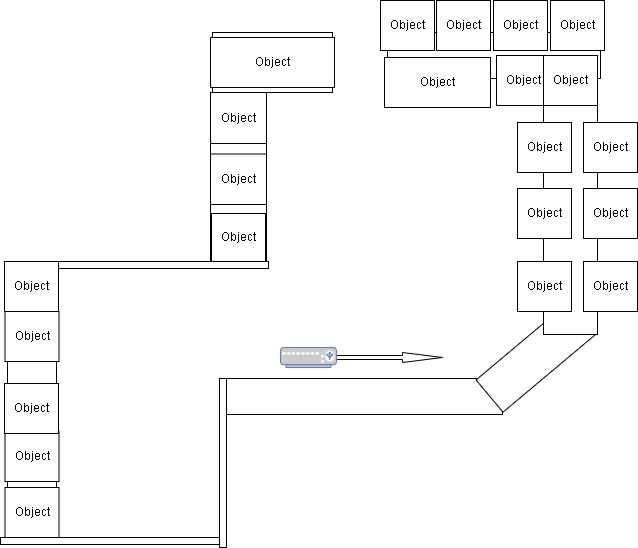
The draw.io diagram Topologi-pasran-new.drawio.png in Dhaffnavyz/draw.io, before a commit. Source tidied: cells renumbered, new cells last; positions are measured from the earlier drawing's top-left corner, leaving out a move shared by most shapes. Its diagram source:
```xml
<mxGraphModel>
  <root>
    <mxCell id="0" />
    <mxCell id="1" parent="0" />
    <mxCell id="2" style="rounded=0;whiteSpace=wrap;html=1;fontSize=16;" parent="1" vertex="1">
      <mxGeometry x="226" y="378" width="276" height="36" as="geometry" />
    </mxCell>
    <mxCell id="3" style="rounded=0;whiteSpace=wrap;html=1;fontSize=16;rotation=-40;" parent="1" vertex="1">
      <mxGeometry x="475" y="336" width="120" height="42" as="geometry" />
    </mxCell>
    <mxCell id="4" style="rounded=0;whiteSpace=wrap;html=1;fontSize=16;rotation=-90;" parent="1" vertex="1">
      <mxGeometry x="438" y="175" width="264" height="54" as="geometry" />
    </mxCell>
    <mxCell id="5" style="rounded=0;whiteSpace=wrap;html=1;fontSize=16;" parent="1" vertex="1">
      <mxGeometry x="387" y="32" width="213" height="46" as="geometry" />
    </mxCell>
    <mxCell id="6" style="rounded=0;whiteSpace=wrap;html=1;fontSize=16;" parent="1" vertex="1">
      <mxGeometry x="212" y="32" width="120" height="60" as="geometry" />
    </mxCell>
    <mxCell id="7" style="rounded=0;whiteSpace=wrap;html=1;fontSize=16;" parent="1" vertex="1">
      <mxGeometry x="210" y="92" width="56" height="169" as="geometry" />
    </mxCell>
    <mxCell id="8" style="rounded=0;whiteSpace=wrap;html=1;fontSize=16;" parent="1" vertex="1">
      <mxGeometry x="7" y="261" width="49" height="226" as="geometry" />
    </mxCell>
    <mxCell id="9" style="rounded=0;whiteSpace=wrap;html=1;fontSize=16;" parent="1" vertex="1">
      <mxGeometry x="56" y="261" width="212" height="7" as="geometry" />
    </mxCell>
    <mxCell id="10" style="rounded=0;whiteSpace=wrap;html=1;fontSize=16;" parent="1" vertex="1">
      <mxGeometry y="537" width="226" height="7" as="geometry" />
    </mxCell>
    <mxCell id="11" style="rounded=0;whiteSpace=wrap;html=1;fontSize=16;" parent="1" vertex="1">
      <mxGeometry x="219" y="378" width="7" height="169" as="geometry" />
    </mxCell>
    <mxCell id="12" style="html=1;shadow=0;dashed=0;align=center;verticalAlign=middle;shape=mxgraph.arrows2.arrow;dy=0.6;dx=40;notch=0;fontSize=16;" parent="1" vertex="1">
      <mxGeometry x="293" y="352" width="149" height="10" as="geometry" />
    </mxCell>
    <mxCell id="13" style="fontColor=#0066CC;verticalAlign=top;verticalLabelPosition=bottom;labelPosition=center;align=center;html=1;outlineConnect=0;fillColor=#CCCCCC;strokeColor=#6881B3;gradientColor=none;gradientDirection=north;strokeWidth=2;shape=mxgraph.networks.load_balancer;fontSize=16;" parent="1" vertex="1">
      <mxGeometry x="280" y="347" width="56" height="20" as="geometry" />
    </mxCell>
    <mxCell id="14" value="Object" style="html=1;whiteSpace=wrap;" parent="1" vertex="1">
      <mxGeometry x="210" y="92" width="56" height="51" as="geometry" />
    </mxCell>
    <mxCell id="15" value="Object" style="html=1;whiteSpace=wrap;" parent="1" vertex="1">
      <mxGeometry x="210" y="153.5" width="56" height="50.5" as="geometry" />
    </mxCell>
    <mxCell id="16" value="Object" style="html=1;whiteSpace=wrap;" parent="1" vertex="1">
      <mxGeometry x="211" y="213" width="54" height="48" as="geometry" />
    </mxCell>
    <mxCell id="17" value="Object" style="html=1;whiteSpace=wrap;" parent="1" vertex="1">
      <mxGeometry x="4" y="261" width="54" height="50" as="geometry" />
    </mxCell>
    <mxCell id="18" value="Object" style="html=1;whiteSpace=wrap;" parent="1" vertex="1">
      <mxGeometry x="4.5" y="311" width="54" height="50" as="geometry" />
    </mxCell>
    <mxCell id="19" value="Object" style="html=1;whiteSpace=wrap;" parent="1" vertex="1">
      <mxGeometry x="4.5" y="431" width="54" height="50" as="geometry" />
    </mxCell>
    <mxCell id="20" value="Object" style="html=1;whiteSpace=wrap;" parent="1" vertex="1">
      <mxGeometry x="4" y="383" width="54" height="50" as="geometry" />
    </mxCell>
    <mxCell id="21" value="Object" style="html=1;whiteSpace=wrap;" parent="1" vertex="1">
      <mxGeometry x="4.5" y="487" width="54" height="50" as="geometry" />
    </mxCell>
    <mxCell id="22" value="Object" style="html=1;whiteSpace=wrap;" parent="1" vertex="1">
      <mxGeometry x="210" y="37" width="124" height="50" as="geometry" />
    </mxCell>
    <mxCell id="23" value="Object" style="html=1;whiteSpace=wrap;" parent="1" vertex="1">
      <mxGeometry x="384" y="57" width="106" height="50" as="geometry" />
    </mxCell>
    <mxCell id="24" value="Object" style="html=1;whiteSpace=wrap;" parent="1" vertex="1">
      <mxGeometry x="496" y="55" width="54" height="50" as="geometry" />
    </mxCell>
    <mxCell id="25" value="Object" style="html=1;whiteSpace=wrap;" parent="1" vertex="1">
      <mxGeometry x="543" y="55" width="54" height="50" as="geometry" />
    </mxCell>
    <mxCell id="26" value="Object" style="html=1;whiteSpace=wrap;" parent="1" vertex="1">
      <mxGeometry x="517" y="122" width="54" height="50" as="geometry" />
    </mxCell>
    <mxCell id="27" value="Object" style="html=1;whiteSpace=wrap;" parent="1" vertex="1">
      <mxGeometry x="517" y="188" width="54" height="50" as="geometry" />
    </mxCell>
    <mxCell id="28" value="Object" style="html=1;whiteSpace=wrap;" parent="1" vertex="1">
      <mxGeometry x="517" y="261" width="54" height="50" as="geometry" />
    </mxCell>
    <mxCell id="29" value="Object" style="html=1;whiteSpace=wrap;" parent="1" vertex="1">
      <mxGeometry x="583" y="122" width="54" height="50" as="geometry" />
    </mxCell>
    <mxCell id="30" value="Object" style="html=1;whiteSpace=wrap;" parent="1" vertex="1">
      <mxGeometry x="583" y="188" width="54" height="50" as="geometry" />
    </mxCell>
    <mxCell id="31" value="Object" style="html=1;whiteSpace=wrap;" parent="1" vertex="1">
      <mxGeometry x="583" y="261" width="54" height="50" as="geometry" />
    </mxCell>
    <mxCell id="32" value="Object" style="html=1;whiteSpace=wrap;" parent="1" vertex="1">
      <mxGeometry x="436" width="54" height="50" as="geometry" />
    </mxCell>
    <mxCell id="33" value="Object" style="html=1;whiteSpace=wrap;" parent="1" vertex="1">
      <mxGeometry x="493" width="54" height="50" as="geometry" />
    </mxCell>
    <mxCell id="34" value="Object" style="html=1;whiteSpace=wrap;" parent="1" vertex="1">
      <mxGeometry x="550" width="54" height="50" as="geometry" />
    </mxCell>
    <mxCell id="35" value="Object" style="html=1;whiteSpace=wrap;" parent="1" vertex="1">
      <mxGeometry x="380" width="54" height="50" as="geometry" />
    </mxCell>
  </root>
</mxGraphModel>
```
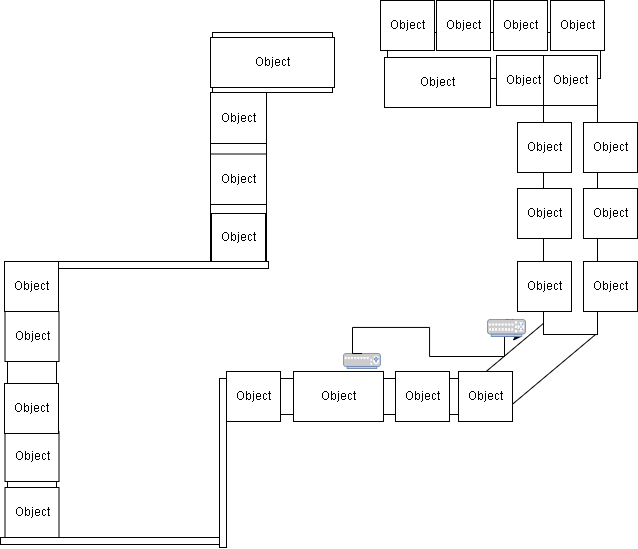
After the change.

The edit, as a diff of the source:
```diff
@@ -32,11 +32,13 @@
     <mxCell id="11" style="rounded=0;whiteSpace=wrap;html=1;fontSize=16;" parent="1" vertex="1">
       <mxGeometry x="219" y="378" width="7" height="169" as="geometry" />
     </mxCell>
-    <mxCell id="12" style="html=1;shadow=0;dashed=0;align=center;verticalAlign=middle;shape=mxgraph.arrows2.arrow;dy=0.6;dx=40;notch=0;fontSize=16;" parent="1" vertex="1">
-      <mxGeometry x="293" y="352" width="149" height="10" as="geometry" />
-    </mxCell>
+    <mxCell id="36" style="edgeStyle=orthogonalEdgeStyle;rounded=0;jettySize=auto;html=1;exitX=0.5;exitY=0;exitDx=0;exitDy=0;exitPerimeter=0;" parent="1" edge="1" source="42">
+      <mxGeometry relative="1" as="geometry">
+        <mxPoint x="509.1" y="326.9" as="targetPoint" />
+      </mxGeometry>
+    </mxCell>
     <mxCell id="13" style="fontColor=#0066CC;verticalAlign=top;verticalLabelPosition=bottom;labelPosition=center;align=center;html=1;outlineConnect=0;fillColor=#CCCCCC;strokeColor=#6881B3;gradientColor=none;gradientDirection=north;strokeWidth=2;shape=mxgraph.networks.load_balancer;fontSize=16;" parent="1" vertex="1">
-      <mxGeometry x="280" y="347" width="56" height="20" as="geometry" />
+      <mxGeometry x="343" y="353" width="37" height="15" as="geometry" />
     </mxCell>
     <mxCell id="14" value="Object" style="html=1;whiteSpace=wrap;" parent="1" vertex="1">
       <mxGeometry x="210" y="92" width="56" height="51" as="geometry" />
@@ -104,5 +106,31 @@
     <mxCell id="35" value="Object" style="html=1;whiteSpace=wrap;" parent="1" vertex="1">
       <mxGeometry x="380" width="54" height="50" as="geometry" />
     </mxCell>
+    <mxCell id="37" value="Object" style="html=1;whiteSpace=wrap;" parent="1" vertex="1">
+      <mxGeometry x="226" y="371" width="54" height="50" as="geometry" />
+    </mxCell>
+    <mxCell id="38" value="Object" style="html=1;whiteSpace=wrap;" parent="1" vertex="1">
+      <mxGeometry x="293" y="371" width="90" height="50" as="geometry" />
+    </mxCell>
+    <mxCell id="39" value="Object" style="html=1;whiteSpace=wrap;" parent="1" vertex="1">
+      <mxGeometry x="395" y="371" width="54" height="50" as="geometry" />
+    </mxCell>
+    <mxCell id="40" value="Object" style="html=1;whiteSpace=wrap;" parent="1" vertex="1">
+      <mxGeometry x="458" y="371" width="54" height="50" as="geometry" />
+    </mxCell>
+    <mxCell id="41" style="edgeStyle=orthogonalEdgeStyle;rounded=0;jettySize=auto;html=1;exitX=0.5;exitY=0;exitDx=0;exitDy=0;exitPerimeter=0;entryX=0.9;entryY=1;entryDx=0;entryDy=0;entryPerimeter=0;" parent="1" edge="1" source="13" target="42">
+      <mxGeometry relative="1" as="geometry">
+        <Array as="points">
+          <mxPoint x="352" y="327" />
+          <mxPoint x="429" y="327" />
+          <mxPoint x="429" y="356" />
+          <mxPoint x="504" y="356" />
+          <mxPoint x="504" y="336" />
+        </Array>
+      </mxGeometry>
+    </mxCell>
+    <mxCell id="42" style="fontColor=#0066CC;verticalAlign=top;verticalLabelPosition=bottom;labelPosition=center;align=center;html=1;outlineConnect=0;fillColor=#CCCCCC;strokeColor=#6881B3;gradientColor=none;gradientDirection=north;strokeWidth=2;shape=mxgraph.networks.switch;" parent="1" vertex="1">
+      <mxGeometry x="487" y="319" width="38" height="17" as="geometry" />
+    </mxCell>
   </root>
 </mxGraphModel>
```
